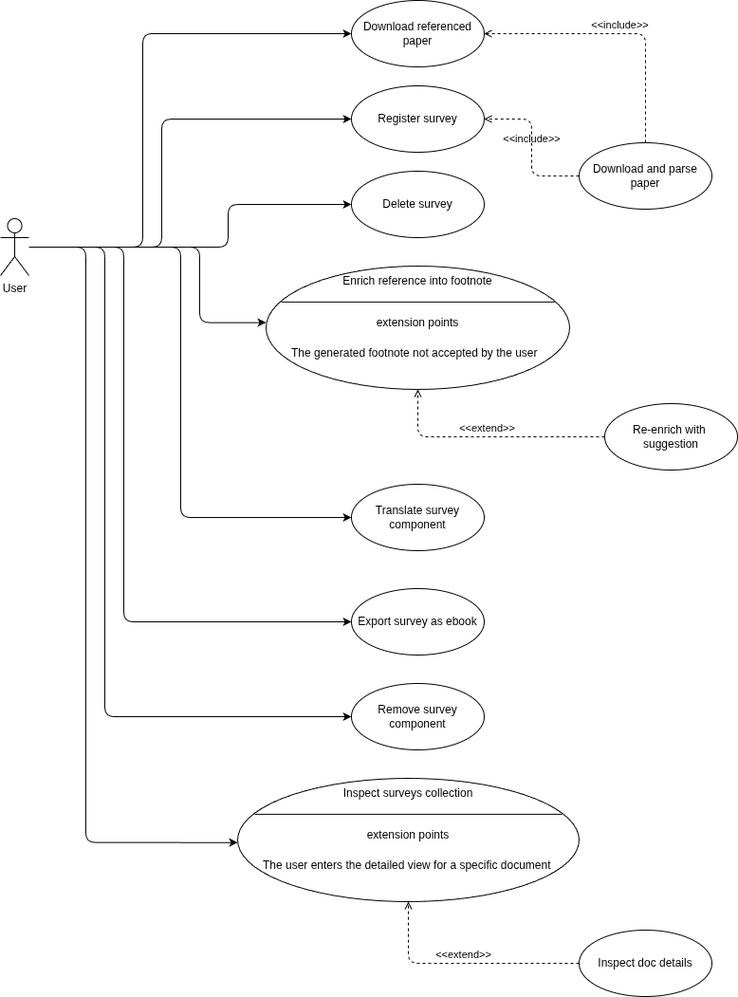
Before: docs/use-case.drawio.png, a diagram exported from draw.io (WiktorProsowicz/paper-enrichment-agent). Source tidied: cells renumbered, new cells last; positions are measured from the earlier drawing's top-left corner, leaving out a move shared by most shapes. Source of this version:
```xml
<mxGraphModel>
  <root>
    <mxCell id="0" />
    <mxCell id="1" parent="0" />
    <mxCell id="2" style="edgeStyle=orthogonalEdgeStyle;html=1;entryX=0;entryY=0.5;entryDx=0;entryDy=0;" parent="1" edge="1" source="10" target="11">
      <mxGeometry relative="1" as="geometry">
        <Array as="points">
          <mxPoint x="170" y="260" />
          <mxPoint x="170" y="125" />
        </Array>
      </mxGeometry>
    </mxCell>
    <mxCell id="3" style="edgeStyle=orthogonalEdgeStyle;html=1;entryX=0;entryY=0.5;entryDx=0;entryDy=0;" parent="1" edge="1" source="10" target="12">
      <mxGeometry relative="1" as="geometry">
        <Array as="points">
          <mxPoint x="240" y="260" />
          <mxPoint x="240" y="215" />
        </Array>
      </mxGeometry>
    </mxCell>
    <mxCell id="4" style="edgeStyle=orthogonalEdgeStyle;html=1;entryX=0;entryY=0.5;entryDx=0;entryDy=0;" parent="1" edge="1" source="10" target="16">
      <mxGeometry relative="1" as="geometry">
        <Array as="points">
          <mxPoint x="210" y="260" />
          <mxPoint x="210" y="340" />
        </Array>
      </mxGeometry>
    </mxCell>
    <mxCell id="5" style="edgeStyle=orthogonalEdgeStyle;html=1;entryX=0;entryY=0.5;entryDx=0;entryDy=0;" parent="1" edge="1" source="10" target="20">
      <mxGeometry relative="1" as="geometry">
        <Array as="points">
          <mxPoint x="190" y="260" />
          <mxPoint x="190" y="545" />
        </Array>
      </mxGeometry>
    </mxCell>
    <mxCell id="6" style="edgeStyle=orthogonalEdgeStyle;html=1;entryX=0;entryY=0.5;entryDx=0;entryDy=0;" parent="1" edge="1" source="10" target="21">
      <mxGeometry relative="1" as="geometry">
        <Array as="points">
          <mxPoint x="130" y="260" />
          <mxPoint x="130" y="655" />
        </Array>
      </mxGeometry>
    </mxCell>
    <mxCell id="7" style="edgeStyle=orthogonalEdgeStyle;html=1;entryX=0;entryY=0.5;entryDx=0;entryDy=0;" parent="1" edge="1" source="10" target="22">
      <mxGeometry relative="1" as="geometry">
        <Array as="points">
          <mxPoint x="110" y="260" />
          <mxPoint x="110" y="755" />
        </Array>
      </mxGeometry>
    </mxCell>
    <mxCell id="8" style="edgeStyle=orthogonalEdgeStyle;html=1;entryX=0;entryY=0.5;entryDx=0;entryDy=0;" parent="1" edge="1" source="10" target="25">
      <mxGeometry relative="1" as="geometry">
        <Array as="points">
          <mxPoint x="150" y="260" />
          <mxPoint x="150" y="35" />
        </Array>
      </mxGeometry>
    </mxCell>
    <mxCell id="9" style="edgeStyle=orthogonalEdgeStyle;html=1;entryX=0;entryY=0.75;entryDx=0;entryDy=0;" parent="1" edge="1" source="10" target="30">
      <mxGeometry relative="1" as="geometry">
        <Array as="points">
          <mxPoint x="90" y="260" />
          <mxPoint x="90" y="888" />
        </Array>
      </mxGeometry>
    </mxCell>
    <mxCell id="10" value="User" style="shape=umlActor;verticalLabelPosition=bottom;verticalAlign=top;html=1;" parent="1" vertex="1">
      <mxGeometry y="230" width="30" height="60" as="geometry" />
    </mxCell>
    <mxCell id="11" value="Register survey" style="ellipse;whiteSpace=wrap;html=1;" parent="1" vertex="1">
      <mxGeometry x="370" y="90" width="140" height="70" as="geometry" />
    </mxCell>
    <mxCell id="12" value="Delete survey" style="ellipse;whiteSpace=wrap;html=1;" parent="1" vertex="1">
      <mxGeometry x="370" y="180" width="140" height="70" as="geometry" />
    </mxCell>
    <mxCell id="13" style="shape=ellipse;horizontal=1;html=1;dashed=0;" parent="1" vertex="1">
      <mxGeometry x="280" y="280" width="320" height="130" as="geometry" />
    </mxCell>
    <mxCell id="14" value="Enrich reference into footnote" style="html=1;strokeColor=none;fillColor=none;align=center;verticalAlign=middle;whiteSpace=wrap;" parent="13" vertex="1">
      <mxGeometry width="320" height="32.5" as="geometry" />
    </mxCell>
    <mxCell id="15" style="line;strokeWidth=1;fillColor=none;labelPosition=right;dashed=0;" parent="13" vertex="1">
      <mxGeometry x="16" y="32.5" width="288" height="10.8" as="geometry" />
    </mxCell>
    <mxCell id="16" value="extension points" style="text;html=1;align=center;verticalAlign=middle;fillColor=none;strokeColor=none;whiteSpace=wrap;" parent="13" vertex="1">
      <mxGeometry y="43.3" width="320" height="32.5" as="geometry" />
    </mxCell>
    <mxCell id="17" value="The generated footnote not accepted by the user" style="text;html=1;align=left;verticalAlign=middle;spacingLeft=25;fillColor=none;strokeColor=none;whiteSpace=wrap;" parent="13" vertex="1">
      <mxGeometry y="75.8" width="320" height="32.5" as="geometry" />
    </mxCell>
    <mxCell id="18" value="Re-enrich with&amp;nbsp; suggestion" style="ellipse;whiteSpace=wrap;html=1;" parent="1" vertex="1">
      <mxGeometry x="637" y="425" width="140" height="70" as="geometry" />
    </mxCell>
    <mxCell id="19" value="&amp;lt;&amp;lt;extend&amp;gt;&amp;gt;" style="html=1;verticalAlign=bottom;labelBackgroundColor=none;endArrow=open;endFill=0;dashed=1;entryX=0.5;entryY=1;entryDx=0;entryDy=0;exitX=0;exitY=0.5;exitDx=0;exitDy=0;edgeStyle=orthogonalEdgeStyle;" parent="1" edge="1" source="18" target="13">
      <mxGeometry relative="1" as="geometry" />
    </mxCell>
    <mxCell id="20" value="Translate survey component" style="ellipse;whiteSpace=wrap;html=1;" parent="1" vertex="1">
      <mxGeometry x="370" y="510" width="140" height="70" as="geometry" />
    </mxCell>
    <mxCell id="21" value="Export survey as ebook" style="ellipse;whiteSpace=wrap;html=1;" parent="1" vertex="1">
      <mxGeometry x="370" y="620" width="140" height="70" as="geometry" />
    </mxCell>
    <mxCell id="22" value="Remove survey component" style="ellipse;whiteSpace=wrap;html=1;" parent="1" vertex="1">
      <mxGeometry x="370" y="720" width="140" height="70" as="geometry" />
    </mxCell>
    <mxCell id="23" value="Download and parse paper" style="ellipse;whiteSpace=wrap;html=1;" parent="1" vertex="1">
      <mxGeometry x="610" y="150" width="140" height="70" as="geometry" />
    </mxCell>
    <mxCell id="24" value="&amp;lt;&amp;lt;include&amp;gt;&amp;gt;" style="html=1;verticalAlign=bottom;labelBackgroundColor=none;endArrow=open;endFill=0;dashed=1;exitX=0;exitY=0.5;exitDx=0;exitDy=0;entryX=1;entryY=0.5;entryDx=0;entryDy=0;edgeStyle=orthogonalEdgeStyle;" parent="1" edge="1" source="23" target="11">
      <mxGeometry relative="1" as="geometry" />
    </mxCell>
    <mxCell id="25" value="Download referenced paper" style="ellipse;whiteSpace=wrap;html=1;" parent="1" vertex="1">
      <mxGeometry x="370" width="140" height="70" as="geometry" />
    </mxCell>
    <mxCell id="26" value="&amp;lt;&amp;lt;include&amp;gt;&amp;gt;" style="html=1;verticalAlign=bottom;labelBackgroundColor=none;endArrow=open;endFill=0;dashed=1;exitX=0.5;exitY=0;exitDx=0;exitDy=0;entryX=1;entryY=0.5;entryDx=0;entryDy=0;edgeStyle=orthogonalEdgeStyle;" parent="1" edge="1" source="23" target="25">
      <mxGeometry relative="1" as="geometry" />
    </mxCell>
    <mxCell id="27" style="shape=ellipse;horizontal=1;html=1;dashed=0;" parent="1" vertex="1">
      <mxGeometry x="250" y="820" width="360" height="130" as="geometry" />
    </mxCell>
    <mxCell id="28" value="Inspect surveys collection" style="html=1;strokeColor=none;fillColor=none;align=center;verticalAlign=middle;whiteSpace=wrap;" parent="27" vertex="1">
      <mxGeometry width="360" height="32.5" as="geometry" />
    </mxCell>
    <mxCell id="29" style="line;strokeWidth=1;fillColor=none;labelPosition=right;dashed=0;" parent="27" vertex="1">
      <mxGeometry x="18" y="32.5" width="324" height="10.8" as="geometry" />
    </mxCell>
    <mxCell id="30" value="extension points" style="text;html=1;align=center;verticalAlign=middle;fillColor=none;strokeColor=none;whiteSpace=wrap;" parent="27" vertex="1">
      <mxGeometry y="43.3" width="360" height="32.5" as="geometry" />
    </mxCell>
    <mxCell id="31" value="The user enters the detailed view for a specific document" style="text;html=1;align=left;verticalAlign=middle;spacingLeft=25;fillColor=none;strokeColor=none;whiteSpace=wrap;" parent="27" vertex="1">
      <mxGeometry y="75.8" width="360" height="32.5" as="geometry" />
    </mxCell>
    <mxCell id="32" value="Inspect doc details" style="ellipse;whiteSpace=wrap;html=1;" parent="1" vertex="1">
      <mxGeometry x="610" y="980" width="140" height="70" as="geometry" />
    </mxCell>
    <mxCell id="33" value="&amp;lt;&amp;lt;extend&amp;gt;&amp;gt;" style="html=1;verticalAlign=bottom;labelBackgroundColor=none;endArrow=open;endFill=0;dashed=1;entryX=0.5;entryY=1;entryDx=0;entryDy=0;exitX=0;exitY=0.5;exitDx=0;exitDy=0;edgeStyle=orthogonalEdgeStyle;" parent="1" edge="1" source="32" target="27">
      <mxGeometry relative="1" as="geometry" />
    </mxCell>
  </root>
</mxGraphModel>
```
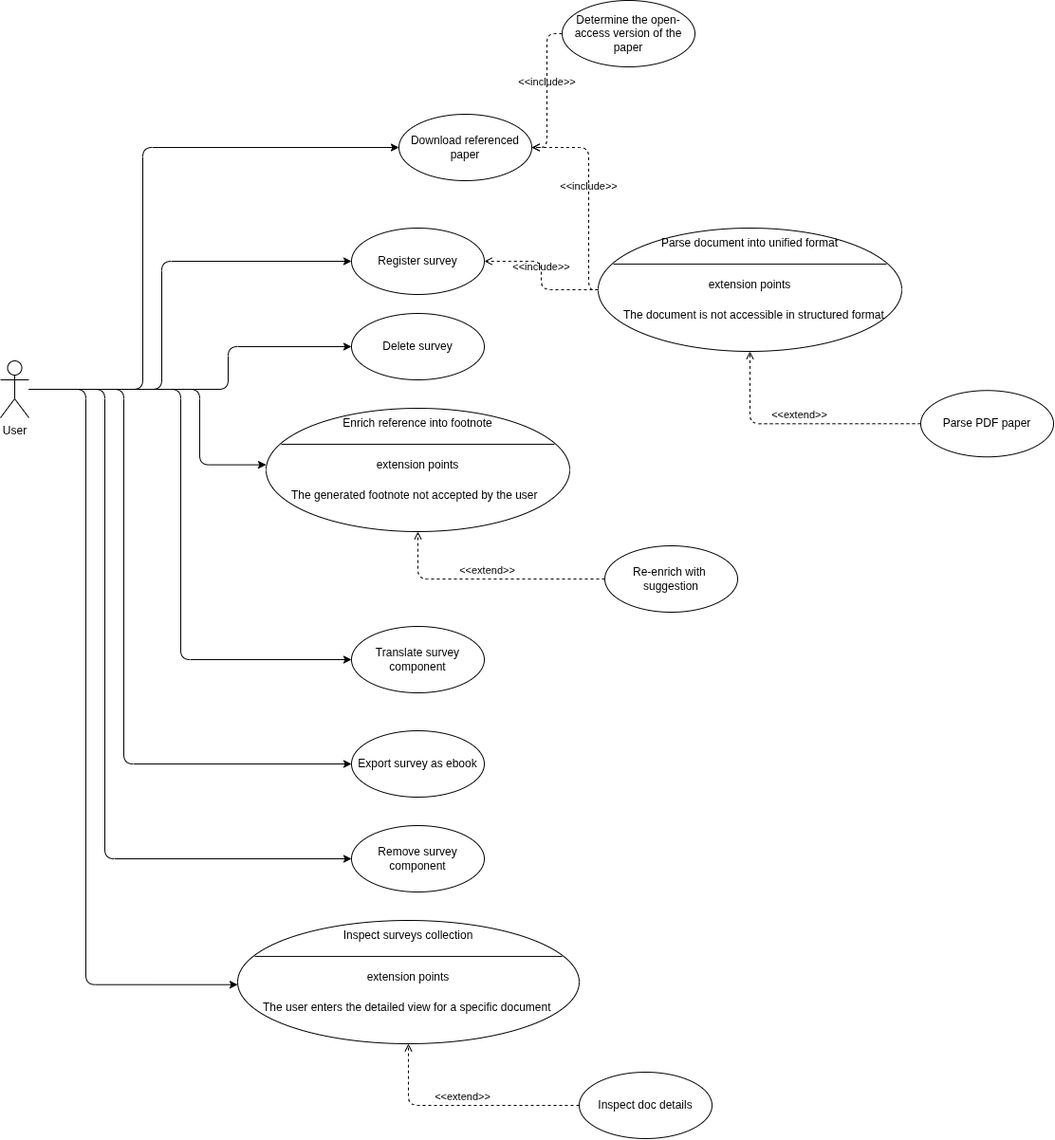
Above is the later version.

Commit message:
docs: Add paper scraping service  to infra

Diff of the diagram source:
```diff
@@ -54,7 +54,7 @@
       <mxGeometry relative="1" as="geometry">
         <Array as="points">
           <mxPoint x="150" y="260" />
-          <mxPoint x="150" y="35" />
+          <mxPoint x="150" y="5" />
         </Array>
       </mxGeometry>
     </mxCell>
@@ -105,17 +105,19 @@
     <mxCell id="22" value="Remove survey component" style="ellipse;whiteSpace=wrap;html=1;" parent="1" vertex="1">
       <mxGeometry x="370" y="720" width="140" height="70" as="geometry" />
     </mxCell>
-    <mxCell id="23" value="Download and parse paper" style="ellipse;whiteSpace=wrap;html=1;" parent="1" vertex="1">
-      <mxGeometry x="610" y="150" width="140" height="70" as="geometry" />
-    </mxCell>
-    <mxCell id="24" value="&amp;lt;&amp;lt;include&amp;gt;&amp;gt;" style="html=1;verticalAlign=bottom;labelBackgroundColor=none;endArrow=open;endFill=0;dashed=1;exitX=0;exitY=0.5;exitDx=0;exitDy=0;entryX=1;entryY=0.5;entryDx=0;entryDy=0;edgeStyle=orthogonalEdgeStyle;" parent="1" edge="1" source="23" target="11">
+    <mxCell id="24" value="&amp;lt;&amp;lt;include&amp;gt;&amp;gt;" style="html=1;verticalAlign=bottom;labelBackgroundColor=none;endArrow=open;endFill=0;dashed=1;exitX=0;exitY=0.5;exitDx=0;exitDy=0;entryX=1;entryY=0.5;entryDx=0;entryDy=0;edgeStyle=orthogonalEdgeStyle;" parent="1" edge="1" source="37" target="11">
       <mxGeometry relative="1" as="geometry" />
     </mxCell>
     <mxCell id="25" value="Download referenced paper" style="ellipse;whiteSpace=wrap;html=1;" parent="1" vertex="1">
-      <mxGeometry x="370" width="140" height="70" as="geometry" />
+      <mxGeometry x="420" y="-30" width="140" height="70" as="geometry" />
     </mxCell>
-    <mxCell id="26" value="&amp;lt;&amp;lt;include&amp;gt;&amp;gt;" style="html=1;verticalAlign=bottom;labelBackgroundColor=none;endArrow=open;endFill=0;dashed=1;exitX=0.5;exitY=0;exitDx=0;exitDy=0;entryX=1;entryY=0.5;entryDx=0;entryDy=0;edgeStyle=orthogonalEdgeStyle;" parent="1" edge="1" source="23" target="25">
-      <mxGeometry relative="1" as="geometry" />
+    <mxCell id="26" value="&amp;lt;&amp;lt;include&amp;gt;&amp;gt;" style="html=1;verticalAlign=bottom;labelBackgroundColor=none;endArrow=open;endFill=0;dashed=1;exitX=0;exitY=0.5;exitDx=0;exitDy=0;entryX=1;entryY=0.5;entryDx=0;entryDy=0;edgeStyle=orthogonalEdgeStyle;" parent="1" edge="1" source="37" target="25">
+      <mxGeometry relative="1" as="geometry">
+        <Array as="points">
+          <mxPoint x="620" y="155" />
+          <mxPoint x="620" y="5" />
+        </Array>
+      </mxGeometry>
     </mxCell>
     <mxCell id="27" style="shape=ellipse;horizontal=1;html=1;dashed=0;" parent="1" vertex="1">
       <mxGeometry x="250" y="820" width="360" height="130" as="geometry" />
@@ -138,5 +140,32 @@
     <mxCell id="33" value="&amp;lt;&amp;lt;extend&amp;gt;&amp;gt;" style="html=1;verticalAlign=bottom;labelBackgroundColor=none;endArrow=open;endFill=0;dashed=1;entryX=0.5;entryY=1;entryDx=0;entryDy=0;exitX=0;exitY=0.5;exitDx=0;exitDy=0;edgeStyle=orthogonalEdgeStyle;" parent="1" edge="1" source="32" target="27">
       <mxGeometry relative="1" as="geometry" />
     </mxCell>
+    <mxCell id="34" value="Determine the open-access version of the paper" style="ellipse;whiteSpace=wrap;html=1;" parent="1" vertex="1">
+      <mxGeometry x="592" y="-150" width="140" height="70" as="geometry" />
+    </mxCell>
+    <mxCell id="35" value="&amp;lt;&amp;lt;include&amp;gt;&amp;gt;" style="html=1;verticalAlign=bottom;labelBackgroundColor=none;endArrow=open;endFill=0;dashed=1;exitX=0;exitY=0.5;exitDx=0;exitDy=0;entryX=1;entryY=0.5;entryDx=0;entryDy=0;edgeStyle=orthogonalEdgeStyle;" parent="1" edge="1" source="34" target="25">
+      <mxGeometry relative="1" as="geometry" />
+    </mxCell>
+    <mxCell id="36" value="Parse PDF paper" style="ellipse;whiteSpace=wrap;html=1;" parent="1" vertex="1">
+      <mxGeometry x="970" y="261.2" width="140" height="70" as="geometry" />
+    </mxCell>
+    <mxCell id="37" style="shape=ellipse;horizontal=1;html=1;dashed=0;" parent="1" vertex="1">
+      <mxGeometry x="630" y="90" width="320" height="130" as="geometry" />
+    </mxCell>
+    <mxCell id="38" value="Parse document into unified format" style="html=1;strokeColor=none;fillColor=none;align=center;verticalAlign=middle;whiteSpace=wrap;" parent="37" vertex="1">
+      <mxGeometry width="320" height="32.5" as="geometry" />
+    </mxCell>
+    <mxCell id="39" style="line;strokeWidth=1;fillColor=none;labelPosition=right;dashed=0;" parent="37" vertex="1">
+      <mxGeometry x="16" y="32.5" width="288" height="10.8" as="geometry" />
+    </mxCell>
+    <mxCell id="40" value="extension points" style="text;html=1;align=center;verticalAlign=middle;fillColor=none;strokeColor=none;whiteSpace=wrap;" parent="37" vertex="1">
+      <mxGeometry y="43.3" width="320" height="32.5" as="geometry" />
+    </mxCell>
+    <mxCell id="41" value="The document is not accessible in structured format" style="text;html=1;align=left;verticalAlign=middle;spacingLeft=25;fillColor=none;strokeColor=none;whiteSpace=wrap;" parent="37" vertex="1">
+      <mxGeometry y="75.8" width="320" height="32.5" as="geometry" />
+    </mxCell>
+    <mxCell id="42" value="&amp;lt;&amp;lt;extend&amp;gt;&amp;gt;" style="html=1;verticalAlign=bottom;labelBackgroundColor=none;endArrow=open;endFill=0;dashed=1;entryX=0.5;entryY=1;entryDx=0;entryDy=0;exitX=0;exitY=0.5;exitDx=0;exitDy=0;edgeStyle=orthogonalEdgeStyle;" parent="1" edge="1" source="36" target="37">
+      <mxGeometry relative="1" as="geometry" />
+    </mxCell>
   </root>
 </mxGraphModel>
```
